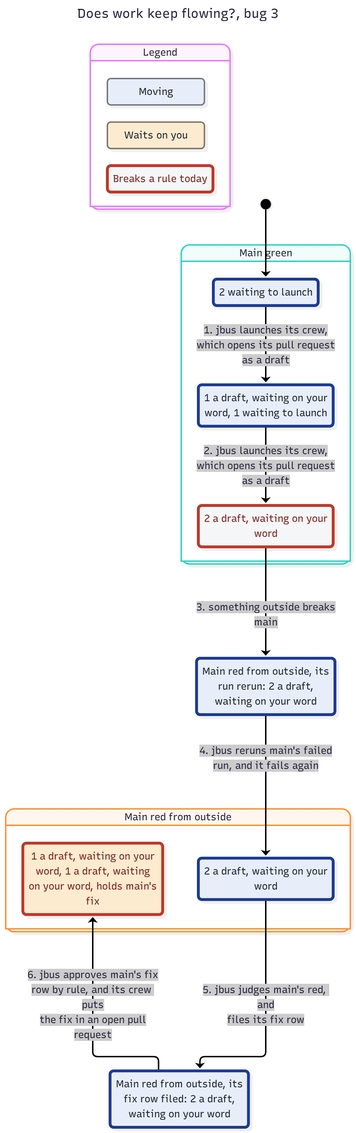
This is features/jmerge/spec/FlowToday-statechart/bug-3.png from JoshuaHayesWasHere/jstack, a Mermaid export, as it was before one commit. Its source is kept beside it as features/jmerge/spec/FlowToday-statechart/bug-3.mmd.
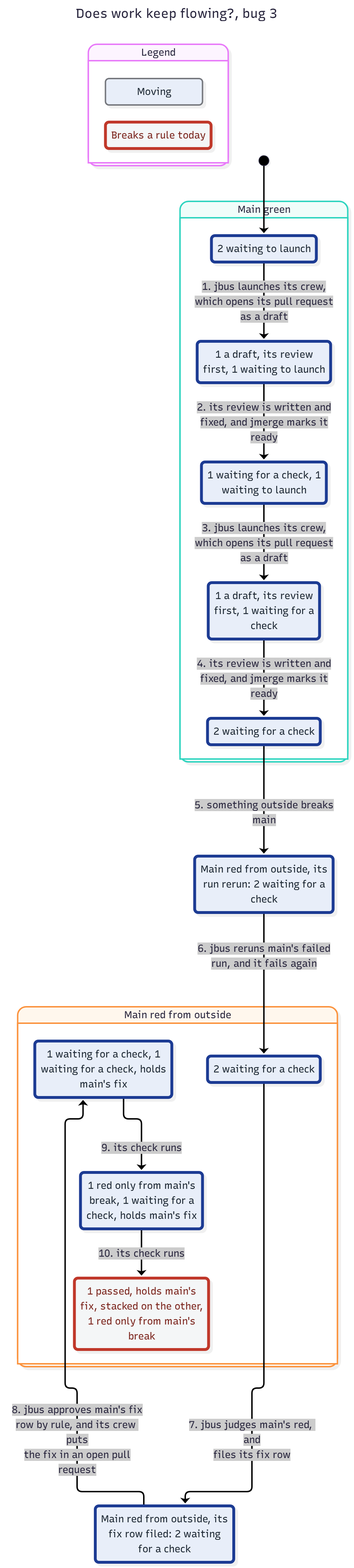
Later version of the same file.

Diff of the diagram source:
```diff
@@ -9,38 +9,46 @@
   classDef plainWrong fill:#f4f6f7,stroke:#c0392b,stroke-width:4px,color:#7b241c
   classDef group1 fill:#e8eef9,stroke:#74777d,color:#1b2631
   classDef group1Path fill:#e8eef9,stroke:#1f3a93,stroke-width:4px,color:#1b2631
-  classDef group2 fill:#fdebd0,stroke:#7f7668,color:#1b2631
-  classDef group2Wrong fill:#fdebd0,stroke:#c0392b,stroke-width:4px,color:#7b241c
   state "Legend" as legend {
     state "Moving" as legendGroup1
-    state "Waits on you" as legendGroup2
     state "Breaks a rule today" as legendWrong
   }
   class legendGroup1 group1
-  class legendGroup2 group2
   class legendWrong plainWrong
   state "Main green" as g0 {
-    state "1 a draft, waiting on your<br/>word, 1 waiting to launch" as s0
-    state "2 a draft, waiting on your<br/>word" as s1
-    state "2 waiting to launch" as s2
+    state "1 a draft, its review<br/>first, 1 waiting for a<br/>check" as s0
+    state "1 a draft, its review<br/>first, 1 waiting to launch" as s1
+    state "1 waiting for a check, 1<br/>waiting to launch" as s2
+    state "2 waiting for a check" as s3
+    state "2 waiting to launch" as s4
   }
   state "Main red from outside" as g1 {
-    state "1 a draft, waiting on your<br/>word, 1 a draft, waiting<br/>on your word, holds main's<br/>fix" as s3
-    state "2 a draft, waiting on your<br/>word" as s4
+    state "1 passed, holds main's<br/>fix, stacked on the other,<br/>1 red only from main's<br/>break" as s5
+    state "1 red only from main's<br/>break, 1 waiting for a<br/>check, holds main's fix" as s6
+    state "1 waiting for a check, 1<br/>waiting for a check, holds<br/>main's fix" as s7
+    state "2 waiting for a check" as s8
   }
-  state "Main red from outside, its<br/>fix row filed: 2 a draft,<br/>waiting on your word" as s5
-  state "Main red from outside, its<br/>run rerun: 2 a draft,<br/>waiting on your word" as s6
-  [*] --> s2
-  s2 --> s0 : 1. jbus launches its crew,<br/>which opens its pull request<br/>as a draft
-  s0 --> s1 : 2. jbus launches its crew,<br/>which opens its pull request<br/>as a draft
-  s1 --> s6 : 3. something outside breaks<br/>main
-  s6 --> s4 : 4. jbus reruns main's failed<br/>run, and it fails again
-  s4 --> s5 : 5. jbus judges main's red, and<br/>files its fix row
-  s5 --> s3 : 6. jbus approves main's fix<br/>row by rule, and its crew puts<br/>the fix in an open pull<br/>request
+  state "Main red from outside, its<br/>fix row filed: 2 waiting<br/>for a check" as s9
+  state "Main red from outside, its<br/>run rerun: 2 waiting for a<br/>check" as s10
+  [*] --> s4
+  s4 --> s1 : 1. jbus launches its crew,<br/>which opens its pull request<br/>as a draft
+  s1 --> s2 : 2. its review is written and<br/>fixed, and jmerge marks it<br/>ready
+  s2 --> s0 : 3. jbus launches its crew,<br/>which opens its pull request<br/>as a draft
+  s0 --> s3 : 4. its review is written and<br/>fixed, and jmerge marks it<br/>ready
+  s3 --> s10 : 5. something outside breaks<br/>main
+  s10 --> s8 : 6. jbus reruns main's failed<br/>run, and it fails again
+  s8 --> s9 : 7. jbus judges main's red, and<br/>files its fix row
+  s9 --> s7 : 8. jbus approves main's fix<br/>row by rule, and its crew puts<br/>the fix in an open pull<br/>request
+  s7 --> s6 : 9. its check runs
+  s6 --> s5 : 10. its check runs
   class s0 group1Path
-  class s1 plainWrong
+  class s1 group1Path
   class s2 group1Path
-  class s5 group1Path
+  class s3 group1Path
+  class s4 group1Path
+  class s9 group1Path
+  class s10 group1Path
+  class s5 plainWrong
   class s6 group1Path
-  class s3 group2Wrong
-  class s4 group1Path
+  class s7 group1Path
+  class s8 group1Path
```
